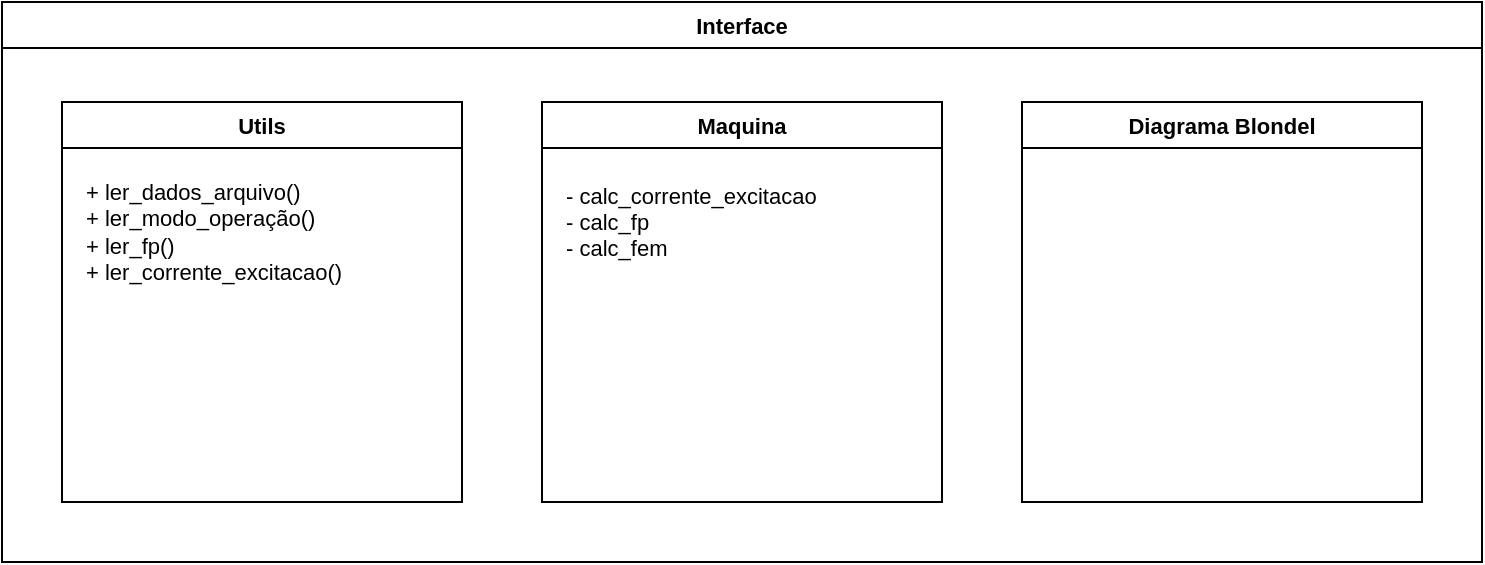
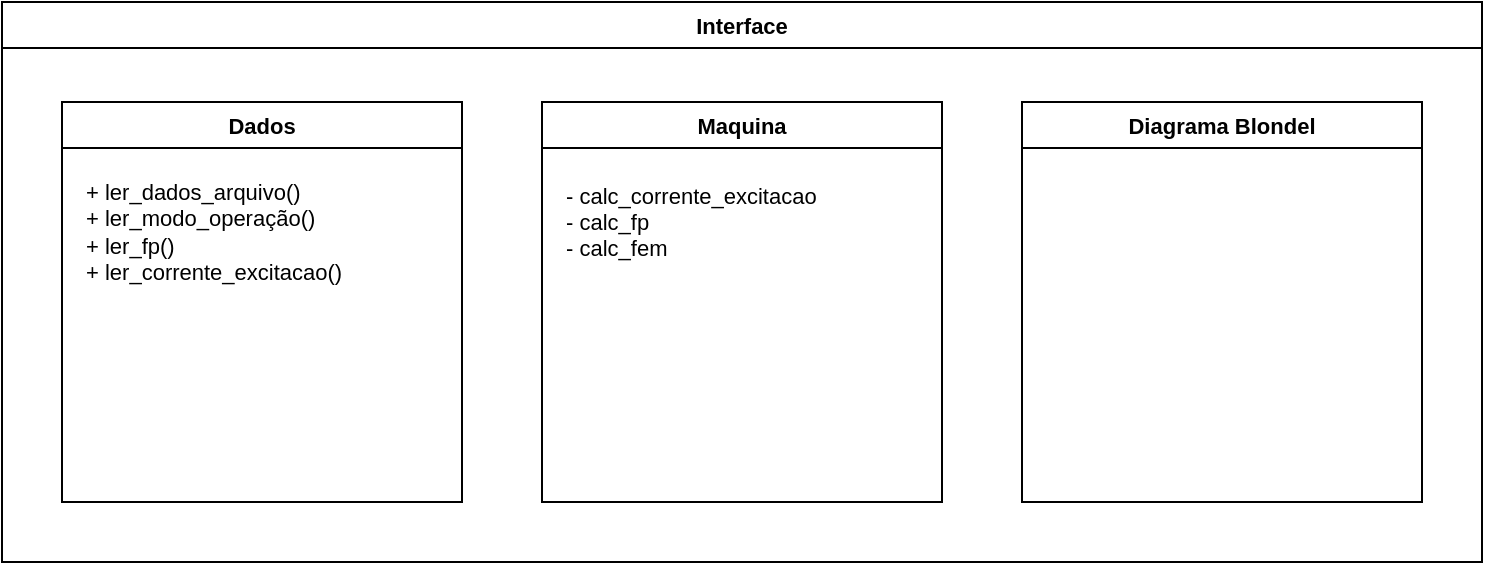
<mxfile host="65bd71144e">
    <diagram id="4kAZr0Em7R4tu9XI_WgS" name="Page-1">
-         <mxGraphModel dx="538" dy="450" grid="1" gridSize="10" guides="1" tooltips="1" connect="1" arrows="1" fold="1" page="1" pageScale="1" pageWidth="850" pageHeight="1100" math="0" shadow="0">
+         <mxGraphModel dx="942" dy="563" grid="1" gridSize="10" guides="1" tooltips="1" connect="1" arrows="1" fold="1" page="1" pageScale="1" pageWidth="850" pageHeight="1100" math="0" shadow="0">
            <root>
                <mxCell id="0"/>
                <mxCell id="1" parent="0"/>
-                 <mxCell id="8" value="Maquina" style="swimlane;whiteSpace=wrap;html=1;startSize=23;fontFamily=Helvetica;fontSize=11;" vertex="1" parent="1">
+                 <mxCell id="8" value="Maquina" style="swimlane;whiteSpace=wrap;html=1;startSize=23;fontFamily=Helvetica;fontSize=11;" parent="1" vertex="1">
                    <mxGeometry x="320" y="120" width="200" height="200" as="geometry"/>
                </mxCell>
-                 <mxCell id="12" value="- calc_corrente_excitacao&lt;br&gt;- calc_fp&lt;br&gt;- calc_fem" style="text;html=1;align=left;verticalAlign=middle;whiteSpace=wrap;rounded=0;fontFamily=Helvetica;fontSize=11;" vertex="1" parent="8">
+                 <mxCell id="12" value="- calc_corrente_excitacao&lt;br&gt;- calc_fp&lt;br&gt;- calc_fem" style="text;html=1;align=left;verticalAlign=middle;whiteSpace=wrap;rounded=0;fontFamily=Helvetica;fontSize=11;" parent="8" vertex="1">
                    <mxGeometry x="10" y="30" width="180" height="60" as="geometry"/>
                </mxCell>
-                 <mxCell id="10" value="Utils" style="swimlane;whiteSpace=wrap;html=1;startSize=23;fontFamily=Helvetica;fontSize=11;" vertex="1" parent="1">
+                 <mxCell id="10" value="Dados" style="swimlane;whiteSpace=wrap;html=1;startSize=23;fontFamily=Helvetica;fontSize=11;" parent="1" vertex="1">
                    <mxGeometry x="80" y="120" width="200" height="200" as="geometry"/>
                </mxCell>
-                 <mxCell id="11" value="+ ler_dados_arquivo()&lt;br&gt;+ ler_modo_operação()&lt;br&gt;+ ler_fp()&lt;br&gt;+ ler_corrente_excitacao()" style="text;html=1;align=left;verticalAlign=middle;whiteSpace=wrap;rounded=0;fontFamily=Helvetica;fontSize=11;" vertex="1" parent="10">
+                 <mxCell id="11" value="+ ler_dados_arquivo()&lt;br&gt;+ ler_modo_operação()&lt;br&gt;+ ler_fp()&lt;br&gt;+ ler_corrente_excitacao()" style="text;html=1;align=left;verticalAlign=middle;whiteSpace=wrap;rounded=0;fontFamily=Helvetica;fontSize=11;" parent="10" vertex="1">
                    <mxGeometry x="10" y="30" width="180" height="70" as="geometry"/>
                </mxCell>
-                 <mxCell id="13" value="Diagrama Blondel" style="swimlane;whiteSpace=wrap;html=1;startSize=23;fontFamily=Helvetica;fontSize=11;" vertex="1" parent="1">
+                 <mxCell id="13" value="Diagrama Blondel" style="swimlane;whiteSpace=wrap;html=1;startSize=23;fontFamily=Helvetica;fontSize=11;" parent="1" vertex="1">
                    <mxGeometry x="560" y="120" width="200" height="200" as="geometry"/>
                </mxCell>
-                 <mxCell id="16" value="Interface" style="swimlane;whiteSpace=wrap;html=1;startSize=23;fontFamily=Helvetica;fontSize=11;" vertex="1" parent="1">
+                 <mxCell id="16" value="Interface" style="swimlane;whiteSpace=wrap;html=1;startSize=23;fontFamily=Helvetica;fontSize=11;" parent="1" vertex="1">
                    <mxGeometry x="50" y="70" width="740" height="280" as="geometry"/>
                </mxCell>
            </root>
        </mxGraphModel>
    </diagram>
</mxfile>